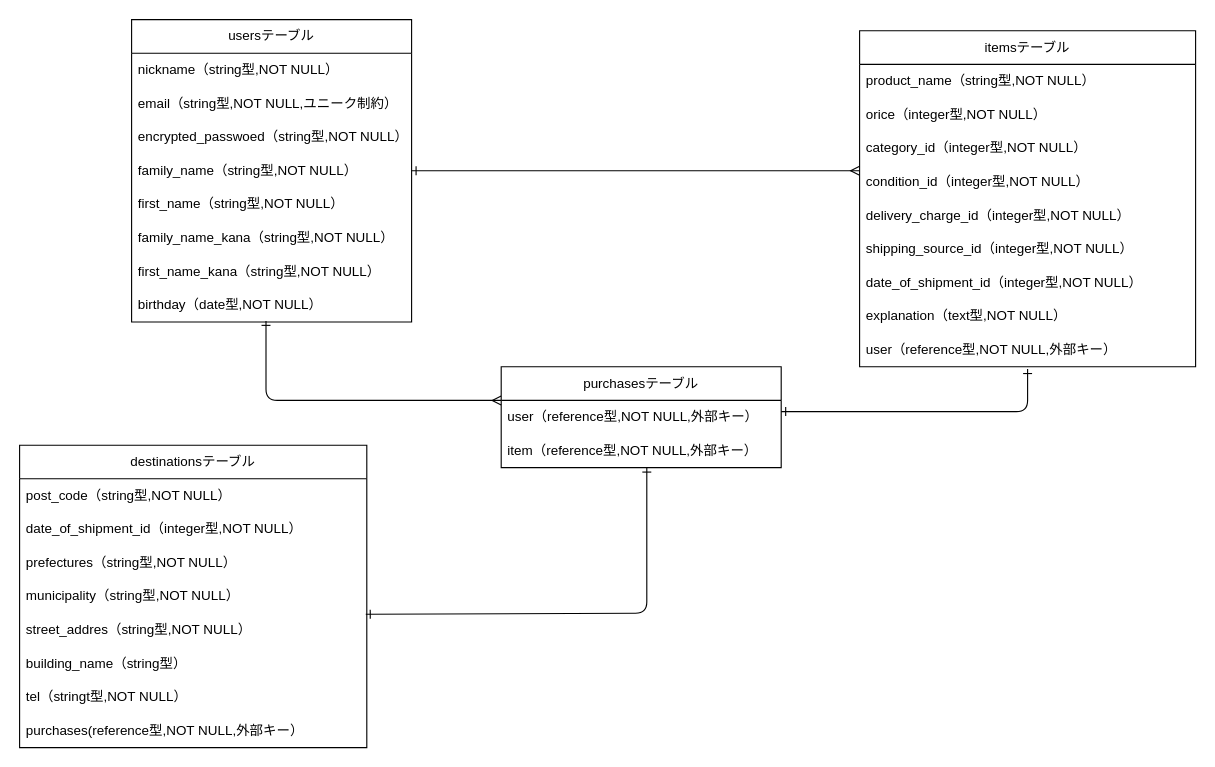
The draw.io diagram test.dio in i-v-mii/furima-40333, before the edit. Source tidied: cells renumbered, new cells numbered last; positions are measured from the earlier drawing's top-left corner, leaving out a move shared by most shapes. Both pictures are drawn from the tidied source at 112%, with x=0, y=0 at pixel (19, 19).
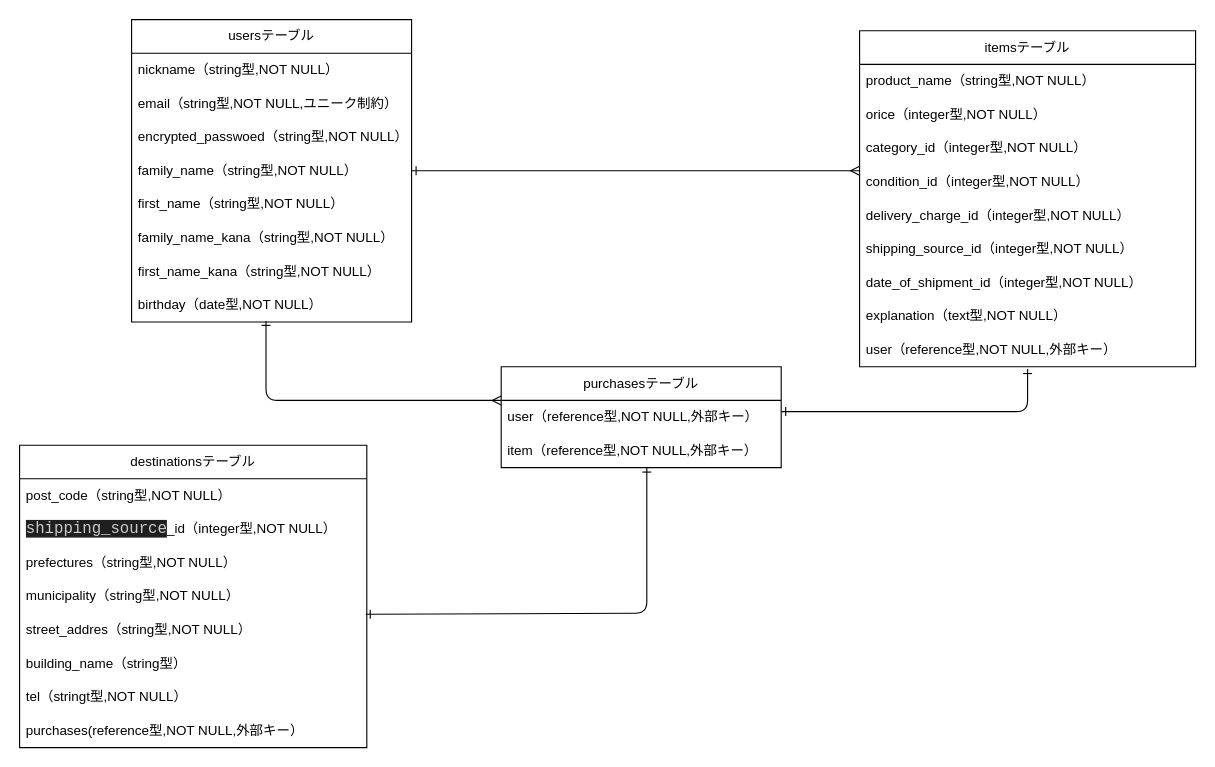
The same diagram, later.

Unchanged cells that the change refers to:
```xml
<mxCell id="21" value="destinationsテーブル" style="swimlane;fontStyle=0;horizontal=1;startSize=30;whiteSpace=wrap;html=1;" parent="1" vertex="1">
  <mxGeometry y="380" width="310" height="270" as="geometry" />
</mxCell>
```

Change to the diagram source:
```diff
@@
-    <mxCell id="23" value="date_of_shipment_id（integer型,NOT NULL）" style="text;strokeColor=none;fillColor=none;align=left;verticalAlign=middle;spacingLeft=4;spacingRight=4;overflow=hidden;whiteSpace=wrap;html=1;" parent="21" vertex="1">
+    <mxCell id="23" value="&lt;span style=&quot;background-color: rgb(31, 31, 31); color: rgb(204, 204, 204); font-family: Consolas, &amp;quot;Courier New&amp;quot;, monospace; font-size: 14px;&quot;&gt;shipping_source&lt;/span&gt;_id（integer型,NOT NULL）" style="text;strokeColor=none;fillColor=none;align=left;verticalAlign=middle;spacingLeft=4;spacingRight=4;overflow=hidden;whiteSpace=wrap;html=1;" parent="21" vertex="1">
       <mxGeometry y="60" width="310" height="30" as="geometry" />
     </mxCell>
```
